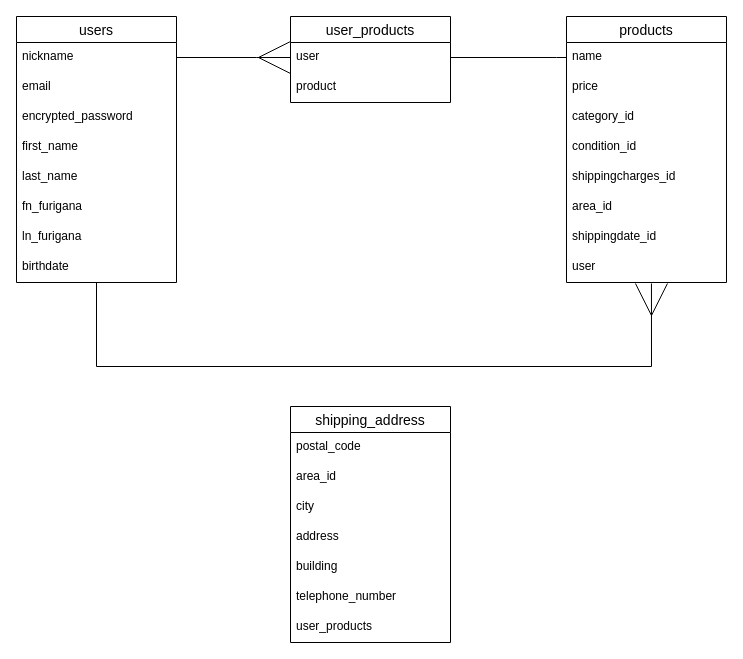
The draw.io diagram database.dio in taiyakio/furima-36787, before the edit. Source tidied: cells renumbered, new cells numbered last; positions are measured from the earlier drawing's top-left corner, leaving out a move shared by most shapes. Both pictures are drawn from the tidied source at 100%, with x=0, y=0 at pixel (16, 16).
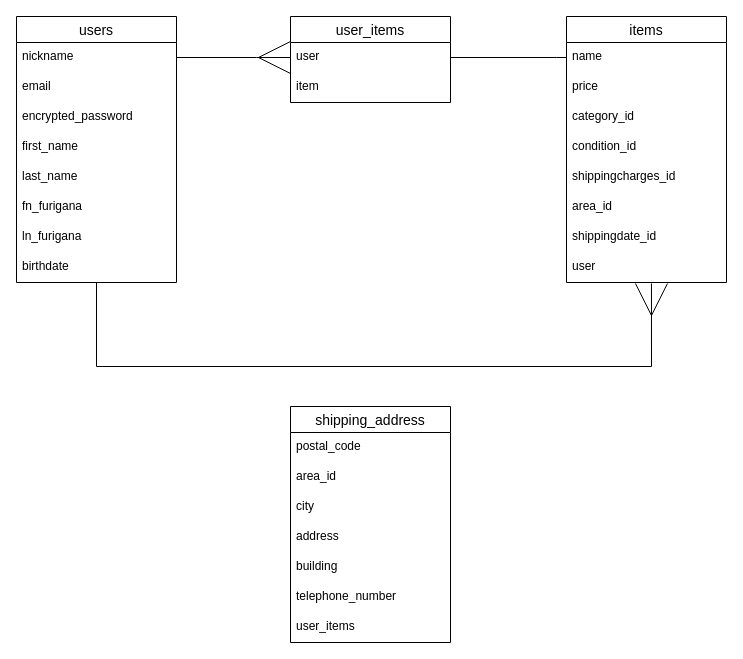
Above is the later version.

Commit message (it also covers changes not shown here):
テーブル・カラム名をproductからitemに変更

The change refers to these unchanged cells:
```xml
<mxCell id="13" value="shipping_address" style="swimlane;fontStyle=0;horizontal=1;startSize=26;align=center;fontSize=14;" parent="1" vertex="1">
  <mxGeometry x="274" y="390" width="160" height="236" as="geometry" />
</mxCell>
```

The edit, as a diff of the source:
```diff
@@
-    <mxCell id="20" value="user_products" style="text;strokeColor=none;fillColor=none;spacingLeft=4;spacingRight=4;overflow=hidden;fontSize=12;" parent="13" vertex="1">
+    <mxCell id="20" value="user_items" style="text;strokeColor=none;fillColor=none;spacingLeft=4;spacingRight=4;overflow=hidden;fontSize=12;" parent="13" vertex="1">
       <mxGeometry y="206" width="160" height="30" as="geometry" />
     </mxCell>
-    <mxCell id="21" value="products" style="swimlane;fontStyle=0;horizontal=1;startSize=26;align=center;fontSize=14;" parent="1" vertex="1">
+    <mxCell id="21" value="items" style="swimlane;fontStyle=0;horizontal=1;startSize=26;align=center;fontSize=14;" parent="1" vertex="1">
       <mxGeometry x="550" width="160" height="266" as="geometry" />
     </mxCell>
@@
-    <mxCell id="31" value="user_products" style="swimlane;fontStyle=0;horizontal=1;startSize=26;align=center;fontSize=14;" parent="1" vertex="1">
+    <mxCell id="31" value="user_items" style="swimlane;fontStyle=0;horizontal=1;startSize=26;align=center;fontSize=14;" parent="1" vertex="1">
       <mxGeometry x="274" width="160" height="86" as="geometry" />
     </mxCell>
@@
-    <mxCell id="33" value="product" style="text;strokeColor=none;fillColor=none;spacingLeft=4;spacingRight=4;overflow=hidden;fontSize=12;" parent="31" vertex="1">
+    <mxCell id="33" value="item" style="text;strokeColor=none;fillColor=none;spacingLeft=4;spacingRight=4;overflow=hidden;fontSize=12;" parent="31" vertex="1">
       <mxGeometry y="56" width="160" height="30" as="geometry" />
     </mxCell>
```
